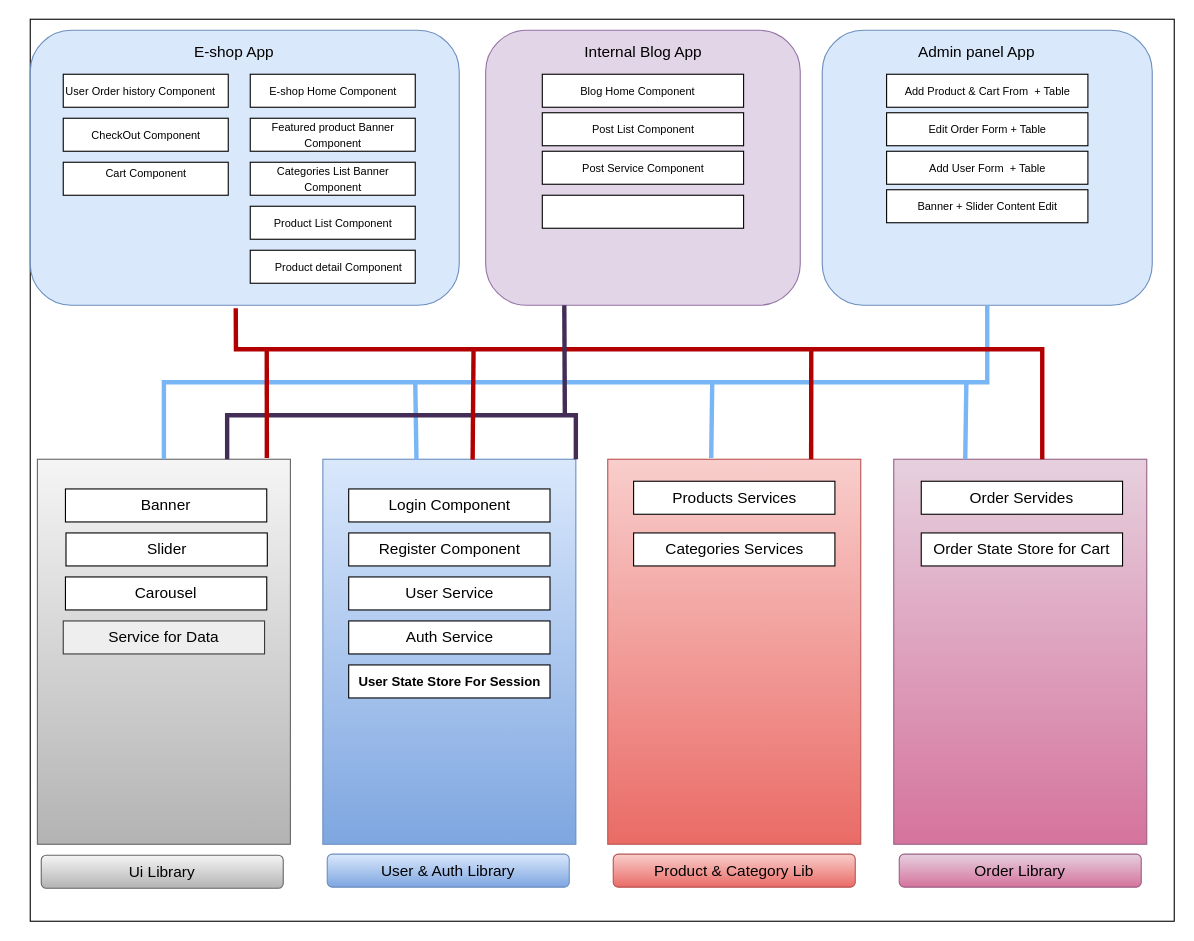
This is yellow_sign.drawio from Binayak3666/My_Application_Drawing_Architect, a draw.io file, before an edit. Source tidied: cells renumbered, new cells numbered last; positions are measured from the earlier drawing's top-left corner, leaving out a move shared by most shapes. Both pictures are drawn from the tidied source at 110%, with x=0, y=0 at pixel (30, 19).
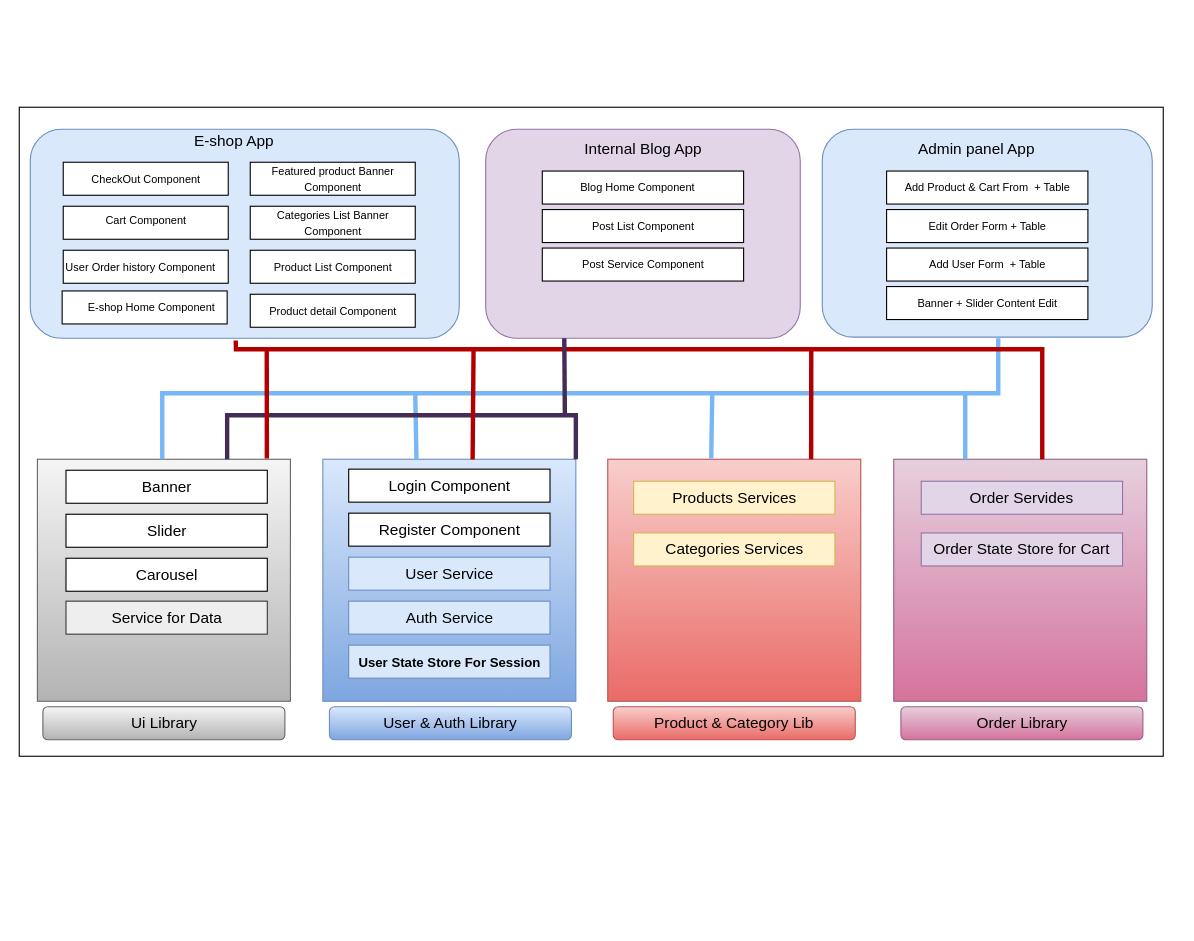
Above is the later version.

What changed in the source:
```diff
@@
     <mxCell id="2" style="rounded=0;whiteSpace=wrap;html=1;shadow=0;gradientColor=none;" parent="1" vertex="1">
-      <mxGeometry width="1040" height="820" as="geometry" />
+      <mxGeometry x="-10" y="80" width="1040" height="590" as="geometry" />
     </mxCell>
     <mxCell id="3" style="rounded=1;whiteSpace=wrap;html=1;fillColor=#dae8fc;strokeColor=#6c8ebf;" parent="1" vertex="1">
-      <mxGeometry y="10" width="390" height="250" as="geometry" />
+      <mxGeometry y="100" width="390" height="190" as="geometry" />
     </mxCell>
     <mxCell id="4" style="rounded=1;whiteSpace=wrap;html=1;fillColor=#e1d5e7;strokeColor=#9673a6;" parent="1" vertex="1">
-      <mxGeometry x="414" y="10" width="286" height="250" as="geometry" />
+      <mxGeometry x="414" y="100" width="286" height="190" as="geometry" />
     </mxCell>
     <mxCell id="5" style="rounded=1;whiteSpace=wrap;html=1;fillColor=#dae8fc;strokeColor=#6c8ebf;" parent="1" vertex="1">
-      <mxGeometry x="720" y="10" width="300" height="250" as="geometry" />
+      <mxGeometry x="720" y="100" width="300" height="189" as="geometry" />
     </mxCell>
     <mxCell id="6" value="&lt;span style=&quot;font-size: 14px;&quot;&gt;E-shop App&lt;/span&gt;" style="text;html=1;align=center;verticalAlign=middle;fillColor=none;strokeColor=none;rounded=0;shadow=0;" parent="1" vertex="1">
-      <mxGeometry x="140" y="20" width="90" height="20" as="geometry" />
+      <mxGeometry x="140" y="101" width="90" height="20" as="geometry" />
     </mxCell>
     <mxCell id="7" value="&lt;span style=&quot;font-size: 14px;&quot;&gt;Internal Blog App&lt;/span&gt;" style="text;html=1;align=center;verticalAlign=middle;fillColor=none;strokeColor=none;rounded=0;shadow=0;" parent="1" vertex="1">
-      <mxGeometry x="497" y="20" width="120" height="20" as="geometry" />
+      <mxGeometry x="497" y="108" width="120" height="20" as="geometry" />
     </mxCell>
     <mxCell id="8" value="&lt;span style=&quot;font-size: 14px;&quot;&gt;Admin panel App&lt;/span&gt;" style="text;html=1;align=center;verticalAlign=middle;fillColor=none;strokeColor=none;rounded=0;shadow=0;" parent="1" vertex="1">
-      <mxGeometry x="800" y="20" width="120" height="20" as="geometry" />
+      <mxGeometry x="800" y="108" width="120" height="20" as="geometry" />
     </mxCell>
     <mxCell id="9" style="rounded=0;whiteSpace=wrap;html=1;shadow=0;fontSize=14;" parent="1" vertex="1">
-      <mxGeometry x="30" y="50" width="150" height="30" as="geometry" />
+      <mxGeometry x="30" y="210" width="150" height="30" as="geometry" />
     </mxCell>
     <mxCell id="10" style="rounded=0;whiteSpace=wrap;html=1;shadow=0;fontSize=14;" parent="1" vertex="1">
-      <mxGeometry x="200" y="50" width="150" height="30" as="geometry" />
+      <mxGeometry x="29" y="247" width="150" height="30" as="geometry" />
     </mxCell>
     <mxCell id="11" style="rounded=0;whiteSpace=wrap;html=1;shadow=0;fontSize=14;" parent="1" vertex="1">
-      <mxGeometry x="200" y="90" width="150" height="30" as="geometry" />
+      <mxGeometry x="200" y="130" width="150" height="30" as="geometry" />
     </mxCell>
     <mxCell id="12" style="rounded=0;whiteSpace=wrap;html=1;shadow=0;fontSize=14;" parent="1" vertex="1">
-      <mxGeometry x="200" y="130" width="150" height="30" as="geometry" />
+      <mxGeometry x="200" y="170" width="150" height="30" as="geometry" />
     </mxCell>
     <mxCell id="13" style="rounded=0;whiteSpace=wrap;html=1;shadow=0;fontSize=14;" parent="1" vertex="1">
-      <mxGeometry x="200" y="170" width="150" height="30" as="geometry" />
+      <mxGeometry x="200" y="210" width="150" height="30" as="geometry" />
     </mxCell>
     <mxCell id="14" style="rounded=0;whiteSpace=wrap;html=1;shadow=0;fontSize=14;" parent="1" vertex="1">
-      <mxGeometry x="30" y="90" width="150" height="30" as="geometry" />
+      <mxGeometry x="30" y="130" width="150" height="30" as="geometry" />
     </mxCell>
     <mxCell id="15" style="rounded=0;whiteSpace=wrap;html=1;shadow=0;fontSize=14;" parent="1" vertex="1">
-      <mxGeometry x="30" y="130" width="150" height="30" as="geometry" />
+      <mxGeometry x="30" y="170" width="150" height="30" as="geometry" />
     </mxCell>
     <mxCell id="16" value="&lt;span style=&quot;font-size: 10px;&quot;&gt;User Order history Component&lt;/span&gt;" style="text;html=1;align=center;verticalAlign=middle;fillColor=none;strokeColor=none;rounded=0;shadow=0;" parent="1" vertex="1">
-      <mxGeometry x="25" y="55" width="150" height="20" as="geometry" />
+      <mxGeometry x="25" y="215" width="150" height="20" as="geometry" />
     </mxCell>
     <mxCell id="17" value="&lt;span style=&quot;font-size: 10px;&quot;&gt;CheckOut Component&lt;/span&gt;" style="text;html=1;align=center;verticalAlign=middle;fillColor=none;strokeColor=none;rounded=0;shadow=0;" parent="1" vertex="1">
-      <mxGeometry x="50" y="95" width="110" height="20" as="geometry" />
+      <mxGeometry x="50" y="135" width="110" height="20" as="geometry" />
     </mxCell>
     <mxCell id="18" value="&lt;span style=&quot;font-size: 10px;&quot;&gt;Cart Component&lt;/span&gt;" style="text;html=1;align=center;verticalAlign=middle;fillColor=none;strokeColor=none;rounded=0;shadow=0;" parent="1" vertex="1">
-      <mxGeometry x="60" y="130" width="90" height="20" as="geometry" />
+      <mxGeometry x="60" y="173" width="90" height="20" as="geometry" />
     </mxCell>
     <mxCell id="19" value="&lt;span style=&quot;font-size: 10px;&quot;&gt;E-shop Home Component&lt;/span&gt;" style="text;html=1;align=center;verticalAlign=middle;fillColor=none;strokeColor=none;rounded=0;shadow=0;" parent="1" vertex="1">
-      <mxGeometry x="210" y="55" width="130" height="20" as="geometry" />
+      <mxGeometry x="44.5" y="252" width="130" height="20" as="geometry" />
     </mxCell>
     <mxCell id="20" value="&lt;span style=&quot;font-size: 10px;&quot;&gt;Featured product Banner &lt;br&gt;Component&lt;/span&gt;" style="text;html=1;align=center;verticalAlign=middle;fillColor=none;strokeColor=none;rounded=0;shadow=0;" parent="1" vertex="1">
-      <mxGeometry x="210" y="85" width="130" height="40" as="geometry" />
+      <mxGeometry x="210" y="125" width="130" height="40" as="geometry" />
     </mxCell>
     <mxCell id="21" value="&lt;span style=&quot;font-size: 10px;&quot;&gt;Categories List Banner&lt;br&gt;Component&lt;br&gt;&lt;/span&gt;" style="text;html=1;align=center;verticalAlign=middle;fillColor=none;strokeColor=none;rounded=0;shadow=0;" parent="1" vertex="1">
-      <mxGeometry x="215" y="125" width="120" height="40" as="geometry" />
+      <mxGeometry x="215" y="165" width="120" height="40" as="geometry" />
     </mxCell>
     <mxCell id="22" value="&lt;span style=&quot;font-size: 10px;&quot;&gt;Product List Component&lt;/span&gt;" style="text;html=1;align=center;verticalAlign=middle;fillColor=none;strokeColor=none;rounded=0;shadow=0;" parent="1" vertex="1">
-      <mxGeometry x="215" y="175" width="120" height="20" as="geometry" />
+      <mxGeometry x="215" y="215" width="120" height="20" as="geometry" />
     </mxCell>
     <mxCell id="23" style="rounded=0;whiteSpace=wrap;html=1;shadow=0;fontSize=14;" parent="1" vertex="1">
-      <mxGeometry x="200" y="210" width="150" height="30" as="geometry" />
+      <mxGeometry x="200" y="250" width="150" height="30" as="geometry" />
     </mxCell>
     <mxCell id="24" value="&lt;span style=&quot;font-size: 10px;&quot;&gt;Product detail Component&lt;/span&gt;" style="text;html=1;align=center;verticalAlign=middle;fillColor=none;strokeColor=none;rounded=0;shadow=0;" parent="1" vertex="1">
-      <mxGeometry x="215" y="215" width="130" height="20" as="geometry" />
+      <mxGeometry x="210" y="255" width="130" height="20" as="geometry" />
     </mxCell>
     <mxCell id="25" style="rounded=0;whiteSpace=wrap;html=1;shadow=0;fontSize=14;" parent="1" vertex="1">
-      <mxGeometry x="465.5" y="50" width="183" height="30" as="geometry" />
+      <mxGeometry x="465.5" y="138" width="183" height="30" as="geometry" />
     </mxCell>
     <mxCell id="26" style="rounded=0;whiteSpace=wrap;html=1;shadow=0;fontSize=14;" parent="1" vertex="1">
-      <mxGeometry x="465.5" y="85" width="183" height="30" as="geometry" />
+      <mxGeometry x="465.5" y="173" width="183" height="30" as="geometry" />
     </mxCell>
     <mxCell id="27" style="rounded=0;whiteSpace=wrap;html=1;shadow=0;fontSize=14;" parent="1" vertex="1">
-      <mxGeometry x="465.5" y="120" width="183" height="30" as="geometry" />
+      <mxGeometry x="465.5" y="208" width="183" height="30" as="geometry" />
     </mxCell>
     <mxCell id="28" style="rounded=0;whiteSpace=wrap;html=1;shadow=0;fontSize=14;" parent="1" vertex="1">
-      <mxGeometry x="778.5" y="50" width="183" height="30" as="geometry" />
+      <mxGeometry x="778.5" y="138" width="183" height="30" as="geometry" />
     </mxCell>
-    <mxCell id="29" style="rounded=0;whiteSpace=wrap;html=1;shadow=0;fontSize=14;" parent="1" vertex="1">
-      <mxGeometry x="465.5" y="160" width="183" height="30" as="geometry" />
-    </mxCell>
     <mxCell id="30" style="rounded=0;whiteSpace=wrap;html=1;shadow=0;fontSize=14;" parent="1" vertex="1">
-      <mxGeometry x="778.5" y="85" width="183" height="30" as="geometry" />
+      <mxGeometry x="778.5" y="173" width="183" height="30" as="geometry" />
     </mxCell>
     <mxCell id="31" style="rounded=0;whiteSpace=wrap;html=1;shadow=0;fontSize=14;" parent="1" vertex="1">
-      <mxGeometry x="778.5" y="120" width="183" height="30" as="geometry" />
+      <mxGeometry x="778.5" y="208" width="183" height="30" as="geometry" />
     </mxCell>
     <mxCell id="32" style="rounded=0;whiteSpace=wrap;html=1;shadow=0;fontSize=14;" parent="1" vertex="1">
-      <mxGeometry x="778.5" y="155" width="183" height="30" as="geometry" />
+      <mxGeometry x="778.5" y="243" width="183" height="30" as="geometry" />
     </mxCell>
     <mxCell id="33" value="&lt;span style=&quot;font-size: 10px;&quot;&gt;Blog Home Component&lt;/span&gt;" style="text;html=1;align=center;verticalAlign=middle;fillColor=none;strokeColor=none;rounded=0;shadow=0;" parent="1" vertex="1">
-      <mxGeometry x="492" y="55" width="120" height="20" as="geometry" />
+      <mxGeometry x="492" y="143" width="120" height="20" as="geometry" />
     </mxCell>
     <mxCell id="34" value="&lt;span style=&quot;font-size: 10px;&quot;&gt;Post List Component&lt;/span&gt;" style="text;html=1;align=center;verticalAlign=middle;fillColor=none;strokeColor=none;rounded=0;shadow=0;" parent="1" vertex="1">
-      <mxGeometry x="502" y="90" width="110" height="20" as="geometry" />
+      <mxGeometry x="502" y="178" width="110" height="20" as="geometry" />
     </mxCell>
     <mxCell id="35" value="&lt;span style=&quot;font-size: 10px;&quot;&gt;Post Service Component&lt;/span&gt;" style="text;html=1;align=center;verticalAlign=middle;fillColor=none;strokeColor=none;rounded=0;shadow=0;" parent="1" vertex="1">
-      <mxGeometry x="492" y="125" width="130" height="20" as="geometry" />
+      <mxGeometry x="492" y="213" width="130" height="20" as="geometry" />
     </mxCell>
     <mxCell id="36" value="&lt;span style=&quot;font-size: 10px;&quot;&gt;Add Product &amp;amp; Cart From&amp;nbsp; + Table&lt;/span&gt;" style="text;html=1;align=center;verticalAlign=middle;fillColor=none;strokeColor=none;rounded=0;shadow=0;" parent="1" vertex="1">
-      <mxGeometry x="785" y="55" width="170" height="20" as="geometry" />
+      <mxGeometry x="785" y="143" width="170" height="20" as="geometry" />
     </mxCell>
     <mxCell id="37" value="&lt;span style=&quot;font-size: 10px;&quot;&gt;Edit Order Form + Table&lt;/span&gt;" style="text;html=1;align=center;verticalAlign=middle;fillColor=none;strokeColor=none;rounded=0;shadow=0;" parent="1" vertex="1">
-      <mxGeometry x="810" y="90" width="120" height="20" as="geometry" />
+      <mxGeometry x="810" y="178" width="120" height="20" as="geometry" />
     </mxCell>
     <mxCell id="38" value="&lt;span style=&quot;font-size: 10px;&quot;&gt;Add User Form&amp;nbsp; + Table&lt;/span&gt;" style="text;html=1;align=center;verticalAlign=middle;fillColor=none;strokeColor=none;rounded=0;shadow=0;" parent="1" vertex="1">
-      <mxGeometry x="810" y="125" width="120" height="20" as="geometry" />
+      <mxGeometry x="810" y="213" width="120" height="20" as="geometry" />
     </mxCell>
     <mxCell id="39" value="&lt;span style=&quot;font-size: 10px;&quot;&gt;Banner + Slider Content Edit&lt;/span&gt;" style="text;html=1;align=center;verticalAlign=middle;fillColor=none;strokeColor=none;rounded=0;shadow=0;" parent="1" vertex="1">
-      <mxGeometry x="800" y="160" width="140" height="20" as="geometry" />
+      <mxGeometry x="800" y="248" width="140" height="20" as="geometry" />
     </mxCell>
     <mxCell id="40" style="rounded=0;whiteSpace=wrap;html=1;shadow=0;fontSize=10;fillColor=#f5f5f5;strokeColor=#666666;gradientColor=#b3b3b3;" parent="1" vertex="1">
-      <mxGeometry x="6.5" y="400" width="230" height="350" as="geometry" />
+      <mxGeometry x="6.5" y="400" width="230" height="220" as="geometry" />
     </mxCell>
     <mxCell id="41" style="rounded=0;whiteSpace=wrap;html=1;shadow=0;fontSize=10;fillColor=#dae8fc;strokeColor=#6c8ebf;gradientColor=#7ea6e0;" parent="1" vertex="1">
-      <mxGeometry x="266" y="400" width="230" height="350" as="geometry" />
+      <mxGeometry x="266" y="400" width="230" height="220" as="geometry" />
     </mxCell>
     <mxCell id="42" style="rounded=0;whiteSpace=wrap;html=1;shadow=0;fontSize=10;fillColor=#f8cecc;strokeColor=#b85450;gradientColor=#ea6b66;" parent="1" vertex="1">
-      <mxGeometry x="525" y="400" width="230" height="350" as="geometry" />
+      <mxGeometry x="525" y="400" width="230" height="220" as="geometry" />
     </mxCell>
     <mxCell id="43" style="rounded=0;whiteSpace=wrap;html=1;shadow=0;fontSize=10;fillColor=#e6d0de;strokeColor=#996185;gradientColor=#d5739d;" parent="1" vertex="1">
-      <mxGeometry x="785" y="400" width="230" height="350" as="geometry" />
+      <mxGeometry x="785" y="400" width="230" height="220" as="geometry" />
     </mxCell>
     <mxCell id="44" value="Banner" style="rounded=0;whiteSpace=wrap;html=1;shadow=0;fontSize=14;" parent="1" vertex="1">
-      <mxGeometry x="32" y="427" width="183" height="30" as="geometry" />
+      <mxGeometry x="32.5" y="410" width="183" height="30" as="geometry" />
     </mxCell>
     <mxCell id="45" value="Slider" style="rounded=0;whiteSpace=wrap;html=1;shadow=0;fontSize=14;" parent="1" vertex="1">
-      <mxGeometry x="32.5" y="467" width="183" height="30" as="geometry" />
+      <mxGeometry x="32.5" y="450" width="183" height="30" as="geometry" />
     </mxCell>
     <mxCell id="46" value="Carousel" style="rounded=0;whiteSpace=wrap;html=1;shadow=0;fontSize=14;" parent="1" vertex="1">
-      <mxGeometry x="32" y="507" width="183" height="30" as="geometry" />
+      <mxGeometry x="32.5" y="490" width="183" height="30" as="geometry" />
     </mxCell>
     <mxCell id="47" value="Service for Data" style="rounded=0;whiteSpace=wrap;html=1;shadow=0;fontSize=14;fillColor=#eeeeee;strokeColor=#36393d;" parent="1" vertex="1">
-      <mxGeometry x="30" y="547" width="183" height="30" as="geometry" />
+      <mxGeometry x="32.5" y="529" width="183" height="30" as="geometry" />
     </mxCell>
     <mxCell id="48" value="&lt;font style=&quot;font-size: 14px;&quot;&gt;Ui Library&lt;/font&gt;" style="rounded=1;whiteSpace=wrap;html=1;shadow=0;fontSize=10;fillColor=#f5f5f5;gradientColor=#b3b3b3;strokeColor=#666666;" parent="1" vertex="1">
-      <mxGeometry x="10" y="760" width="220" height="30" as="geometry" />
+      <mxGeometry x="11.5" y="625" width="220" height="30" as="geometry" />
     </mxCell>
     <mxCell id="49" value="&lt;font style=&quot;font-size: 14px;&quot;&gt;User &amp;amp; Auth Library&lt;/font&gt;" style="rounded=1;whiteSpace=wrap;html=1;shadow=0;fontSize=10;fillColor=#dae8fc;gradientColor=#7ea6e0;strokeColor=#6c8ebf;" parent="1" vertex="1">
-      <mxGeometry x="270" y="759" width="220" height="30" as="geometry" />
+      <mxGeometry x="272" y="625" width="220" height="30" as="geometry" />
     </mxCell>
     <mxCell id="50" value="&lt;span style=&quot;font-size: 14px;&quot;&gt;Product &amp;amp; Category Lib&lt;/span&gt;" style="rounded=1;whiteSpace=wrap;html=1;shadow=0;fontSize=10;fillColor=#f8cecc;gradientColor=#ea6b66;strokeColor=#b85450;" parent="1" vertex="1">
-      <mxGeometry x="530" y="759" width="220" height="30" as="geometry" />
+      <mxGeometry x="530" y="625" width="220" height="30" as="geometry" />
     </mxCell>
     <mxCell id="51" value="&lt;span style=&quot;font-size: 14px;&quot;&gt;Order Library&lt;/span&gt;" style="rounded=1;whiteSpace=wrap;html=1;shadow=0;fontSize=10;fillColor=#e6d0de;gradientColor=#d5739d;strokeColor=#996185;" parent="1" vertex="1">
-      <mxGeometry x="790" y="759" width="220" height="30" as="geometry" />
+      <mxGeometry x="791.5" y="625" width="220" height="30" as="geometry" />
     </mxCell>
     <mxCell id="52" value="Login Component" style="rounded=0;whiteSpace=wrap;html=1;shadow=0;fontSize=14;" parent="1" vertex="1">
-      <mxGeometry x="289.5" y="427" width="183" height="30" as="geometry" />
+      <mxGeometry x="289.5" y="409" width="183" height="30" as="geometry" />
     </mxCell>
     <mxCell id="53" value="Register Component" style="rounded=0;whiteSpace=wrap;html=1;shadow=0;fontSize=14;" parent="1" vertex="1">
-      <mxGeometry x="289.5" y="467" width="183" height="30" as="geometry" />
+      <mxGeometry x="289.5" y="449" width="183" height="30" as="geometry" />
     </mxCell>
-    <mxCell id="54" value="User Service" style="rounded=0;whiteSpace=wrap;html=1;shadow=0;fontSize=14;" parent="1" vertex="1">
-      <mxGeometry x="289.5" y="507" width="183" height="30" as="geometry" />
+    <mxCell id="54" value="User Service" style="rounded=0;whiteSpace=wrap;html=1;shadow=0;fontSize=14;fillColor=#dae8fc;strokeColor=#6c8ebf;" parent="1" vertex="1">
+      <mxGeometry x="289.5" y="489" width="183" height="30" as="geometry" />
     </mxCell>
-    <mxCell id="55" value="Auth Service" style="rounded=0;whiteSpace=wrap;html=1;shadow=0;fontSize=14;" parent="1" vertex="1">
-      <mxGeometry x="289.5" y="547" width="183" height="30" as="geometry" />
+    <mxCell id="55" value="Auth Service" style="rounded=0;whiteSpace=wrap;html=1;shadow=0;fontSize=14;fillColor=#dae8fc;strokeColor=#6c8ebf;" parent="1" vertex="1">
+      <mxGeometry x="289.5" y="529" width="183" height="30" as="geometry" />
     </mxCell>
-    <mxCell id="56" value="&lt;font style=&quot;font-size: 12px;&quot;&gt;&lt;b&gt;User State Store For Session&lt;/b&gt;&lt;/font&gt;" style="rounded=0;whiteSpace=wrap;html=1;shadow=0;fontSize=14;" parent="1" vertex="1">
-      <mxGeometry x="289.5" y="587" width="183" height="30" as="geometry" />
+    <mxCell id="56" value="&lt;font style=&quot;font-size: 12px;&quot;&gt;&lt;b&gt;User State Store For Session&lt;/b&gt;&lt;/font&gt;" style="rounded=0;whiteSpace=wrap;html=1;shadow=0;fontSize=14;fillColor=#dae8fc;strokeColor=#6c8ebf;" parent="1" vertex="1">
+      <mxGeometry x="289.5" y="569" width="183" height="30" as="geometry" />
     </mxCell>
-    <mxCell id="57" value="Products Services" style="rounded=0;whiteSpace=wrap;html=1;shadow=0;fontSize=14;" parent="1" vertex="1">
+    <mxCell id="57" value="Products Services" style="rounded=0;whiteSpace=wrap;html=1;shadow=0;fontSize=14;fillColor=#fff2cc;strokeColor=#d6b656;" parent="1" vertex="1">
       <mxGeometry x="548.5" y="420" width="183" height="30" as="geometry" />
     </mxCell>
-    <mxCell id="58" value="Categories Services" style="rounded=0;whiteSpace=wrap;html=1;shadow=0;fontSize=14;" parent="1" vertex="1">
+    <mxCell id="58" value="Categories Services" style="rounded=0;whiteSpace=wrap;html=1;shadow=0;fontSize=14;fillColor=#fff2cc;strokeColor=#d6b656;" parent="1" vertex="1">
       <mxGeometry x="548.5" y="467" width="183" height="30" as="geometry" />
     </mxCell>
-    <mxCell id="59" value="Order Servides" style="rounded=0;whiteSpace=wrap;html=1;shadow=0;fontSize=14;" parent="1" vertex="1">
+    <mxCell id="59" value="Order Servides" style="rounded=0;whiteSpace=wrap;html=1;shadow=0;fontSize=14;fillColor=#e1d5e7;strokeColor=#9673a6;" parent="1" vertex="1">
       <mxGeometry x="810" y="420" width="183" height="30" as="geometry" />
     </mxCell>
-    <mxCell id="60" value="Order State Store for Cart" style="rounded=0;whiteSpace=wrap;html=1;shadow=0;fontSize=14;" parent="1" vertex="1">
+    <mxCell id="60" value="Order State Store for Cart" style="rounded=0;whiteSpace=wrap;html=1;shadow=0;fontSize=14;fillColor=#e1d5e7;strokeColor=#9673a6;" parent="1" vertex="1">
       <mxGeometry x="810" y="467" width="183" height="30" as="geometry" />
     </mxCell>
     <mxCell id="61" style="endArrow=none;html=1;rounded=0;fontSize=14;edgeStyle=elbowEdgeStyle;elbow=vertical;fillColor=#cce5ff;strokeColor=#78B6F5;strokeWidth=4;" parent="1" edge="1" source="40">
       <mxGeometry relative="1" as="geometry">
-        <mxPoint x="870" y="260" as="targetPoint" />
+        <mxPoint x="880" y="290" as="targetPoint" />
+        <Array as="points">
+          <mxPoint x="120" y="340" />
+        </Array>
       </mxGeometry>
     </mxCell>
     <mxCell id="62" style="endArrow=none;html=1;rounded=0;fontSize=14;elbow=vertical;exitX=0.37;exitY=0.001;exitDx=0;exitDy=0;exitPerimeter=0;strokeColor=#78B6F5;strokeWidth=4;" parent="1" edge="1" source="41">
       <mxGeometry relative="1" as="geometry">
-        <mxPoint x="350" y="330" as="targetPoint" />
+        <mxPoint x="350" y="340" as="targetPoint" />
       </mxGeometry>
     </mxCell>
     <mxCell id="63" style="endArrow=none;html=1;rounded=0;fontSize=14;elbow=vertical;exitX=0.409;exitY=-0.003;exitDx=0;exitDy=0;exitPerimeter=0;strokeColor=#78B6F5;strokeWidth=4;" parent="1" edge="1" source="42">
       <mxGeometry relative="1" as="geometry">
-        <mxPoint x="620" y="330" as="targetPoint" />
+        <mxPoint x="620" y="340" as="targetPoint" />
       </mxGeometry>
     </mxCell>
     <mxCell id="64" style="endArrow=none;html=1;rounded=0;fontSize=14;elbow=vertical;fillColor=#cce5ff;strokeColor=#78B6F5;strokeWidth=4;" parent="1" edge="1">
       <mxGeometry relative="1" as="geometry">
         <mxPoint x="850" y="400" as="sourcePoint" />
-        <mxPoint x="851" y="330" as="targetPoint" />
+        <mxPoint x="850" y="340" as="targetPoint" />
       </mxGeometry>
     </mxCell>
@@
+    <mxCell id="71" style="edgeStyle=orthogonalEdgeStyle;rounded=0;orthogonalLoop=1;jettySize=auto;html=1;exitX=0.5;exitY=1;exitDx=0;exitDy=0;" parent="1" edge="1" source="49" target="49">
+      <mxGeometry relative="1" as="geometry" />
+    </mxCell>
```
